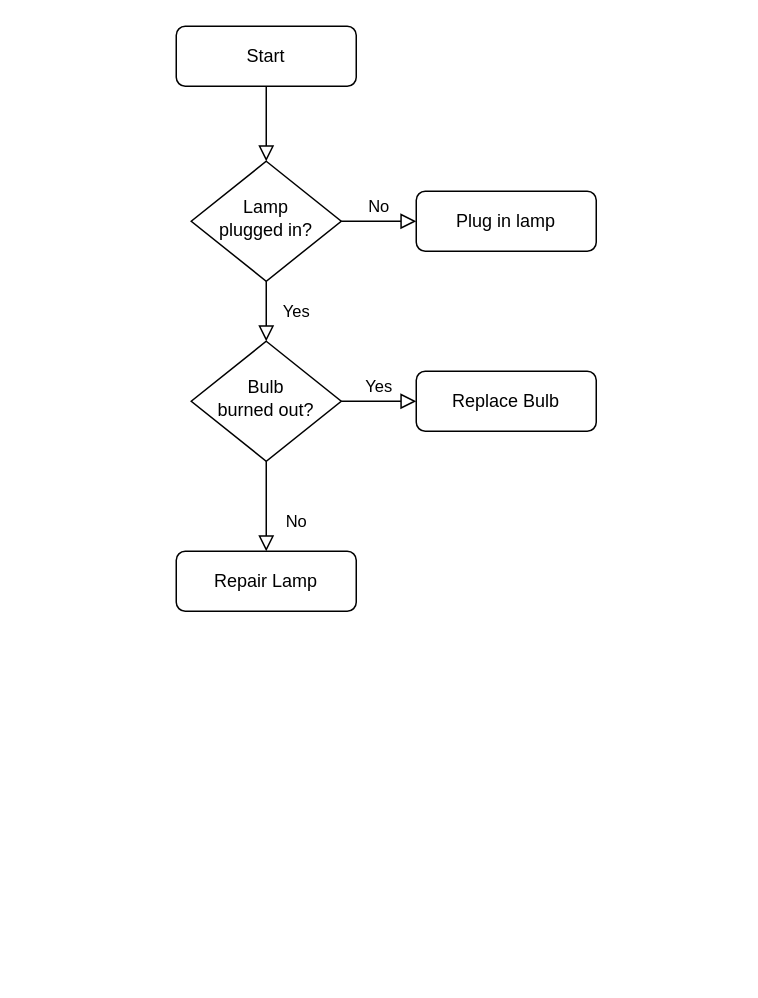
Earlier version of the draw.io diagram Untitled Diagram.drawio (hongbin-che/Actions_Study). Source tidied: cells renumbered, new cells numbered last; positions are measured from the earlier drawing's top-left corner, leaving out a move shared by most shapes. Both pictures are drawn from the tidied source at 150%, with x=0, y=0 at pixel (176, 26).
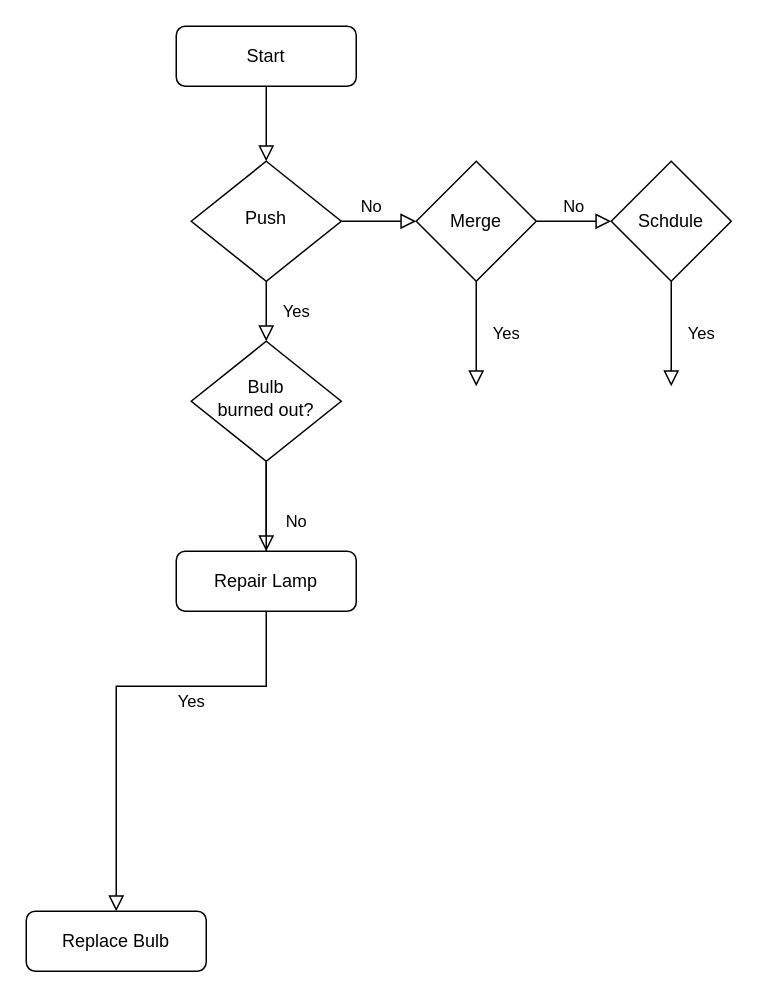
Above is the later version.

Diff of the diagram source:
```diff
@@
-    <mxCell id="5" value="No" style="edgeStyle=orthogonalEdgeStyle;rounded=0;html=1;jettySize=auto;fontSize=11;endArrow=block;endFill=0;endSize=8;strokeWidth=1;shadow=0;labelBackgroundColor=none;" parent="1" edge="1" source="6" target="7">
-      <mxGeometry y="10" relative="1" as="geometry" />
+    <mxCell id="5" value="No" style="edgeStyle=orthogonalEdgeStyle;rounded=0;html=1;jettySize=auto;fontSize=11;endArrow=block;endFill=0;endSize=8;strokeWidth=1;shadow=0;labelBackgroundColor=none;" parent="1" edge="1" source="6">
+      <mxGeometry x="-0.2" y="10" relative="1" as="geometry">
+        <mxPoint x="160" y="130" as="targetPoint" />
+      </mxGeometry>
     </mxCell>
-    <mxCell id="6" value="Lamp&lt;br&gt;plugged in?" style="rhombus;whiteSpace=wrap;html=1;shadow=0;fontFamily=Helvetica;fontSize=12;align=center;strokeWidth=1;spacing=6;spacingTop=-4;" parent="1" vertex="1">
+    <mxCell id="6" value="Push" style="rhombus;whiteSpace=wrap;html=1;shadow=0;fontFamily=Helvetica;fontSize=12;align=center;strokeWidth=1;spacing=6;spacingTop=-4;" parent="1" vertex="1">
       <mxGeometry x="10" y="90" width="100" height="80" as="geometry" />
     </mxCell>
-    <mxCell id="7" value="Plug in lamp" style="rounded=1;whiteSpace=wrap;html=1;fontSize=12;glass=0;strokeWidth=1;shadow=0;" parent="1" vertex="1">
-      <mxGeometry x="160" y="110" width="120" height="40" as="geometry" />
-    </mxCell>
@@
     <mxCell id="12" value="Replace Bulb" style="rounded=1;whiteSpace=wrap;html=1;fontSize=12;glass=0;strokeWidth=1;shadow=0;" parent="1" vertex="1">
-      <mxGeometry x="160" y="230" width="120" height="40" as="geometry" />
+      <mxGeometry x="-100" y="590" width="120" height="40" as="geometry" />
     </mxCell>
+    <mxCell id="13" value="Schdule" style="rhombus;whiteSpace=wrap;html=1;" parent="1" vertex="1">
+      <mxGeometry x="290" y="90" width="80" height="80" as="geometry" />
+    </mxCell>
+    <mxCell id="14" value="Merge" style="rhombus;whiteSpace=wrap;html=1;" parent="1" vertex="1">
+      <mxGeometry x="160" y="90" width="80" height="80" as="geometry" />
+    </mxCell>
+    <mxCell id="15" value="No" style="edgeStyle=orthogonalEdgeStyle;rounded=0;html=1;jettySize=auto;orthogonalLoop=1;fontSize=11;endArrow=block;endFill=0;endSize=8;strokeWidth=1;shadow=0;labelBackgroundColor=none;" parent="1" edge="1">
+      <mxGeometry y="10" relative="1" as="geometry">
+        <mxPoint x="240" y="130" as="sourcePoint" />
+        <mxPoint x="290" y="130" as="targetPoint" />
+        <Array as="points">
+          <mxPoint x="260" y="130" />
+          <mxPoint x="260" y="130" />
+        </Array>
+      </mxGeometry>
+    </mxCell>
+    <mxCell id="16" value="Yes" style="rounded=0;html=1;jettySize=auto;fontSize=11;endArrow=block;endFill=0;endSize=8;strokeWidth=1;shadow=0;labelBackgroundColor=none;edgeStyle=orthogonalEdgeStyle;exitX=0.5;exitY=1;exitDx=0;exitDy=0;" parent="1" edge="1" source="14">
+      <mxGeometry y="20" relative="1" as="geometry">
+        <mxPoint x="200" y="240" as="targetPoint" />
+        <Array as="points">
+          <mxPoint x="200" y="220" />
+        </Array>
+      </mxGeometry>
+    </mxCell>
+    <mxCell id="17" value="Yes" style="rounded=0;html=1;jettySize=auto;fontSize=11;endArrow=block;endFill=0;endSize=8;strokeWidth=1;shadow=0;labelBackgroundColor=none;edgeStyle=orthogonalEdgeStyle;" parent="1" edge="1" source="13">
+      <mxGeometry y="20" relative="1" as="geometry">
+        <mxPoint x="330" y="240" as="targetPoint" />
+        <Array as="points">
+          <mxPoint x="330" y="230" />
+          <mxPoint x="330" y="230" />
+        </Array>
+      </mxGeometry>
+    </mxCell>
```
